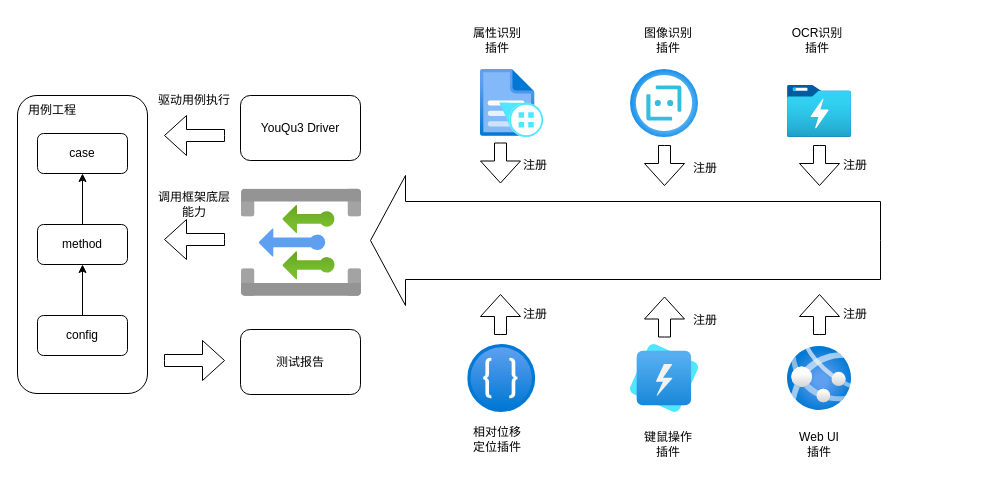
Earlier version of the draw.io diagram docs/assets/YouQu3架构图.drawio (deepin-autotest/youqu3). Source tidied: cells renumbered, new cells numbered last; positions are measured from the earlier drawing's top-left corner, leaving out a move shared by most shapes. Both pictures are drawn from the tidied source at 100%, with x=0, y=0 at pixel (17, 25).
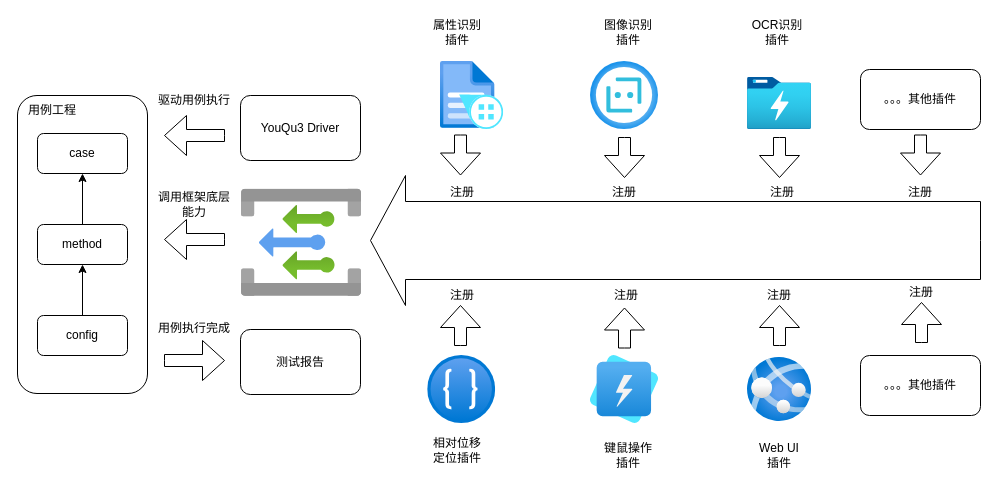
The same page after the edit.

Commit message (it also covers changes not shown here):
更新YouQu3架构图.drawio

What changed in the source:
```diff
@@
     <mxCell id="2" style="html=1;shadow=0;dashed=0;align=center;verticalAlign=middle;shape=mxgraph.arrows2.arrow;dy=0.4;dx=35;flipH=1;notch=0;" parent="1" vertex="1">
-      <mxGeometry x="353" y="150" width="510" height="130" as="geometry" />
+      <mxGeometry x="353" y="150" width="610" height="130" as="geometry" />
     </mxCell>
     <mxCell id="3" style="image;html=1;align=center;fontSize=12;image=img/lib/azure2/ai_machine_learning/Form_Recognizers.svg;" parent="1" vertex="1">
-      <mxGeometry x="463" y="44" width="63.2" height="68" as="geometry" />
+      <mxGeometry x="423" y="36" width="63.2" height="68" as="geometry" />
     </mxCell>
     <mxCell id="4" style="image;html=1;align=center;fontSize=12;image=img/lib/azure2/ai_machine_learning/Bot_Services.svg;" parent="1" vertex="1">
-      <mxGeometry x="613" y="44" width="68" height="68" as="geometry" />
+      <mxGeometry x="573" y="36" width="68" height="68" as="geometry" />
     </mxCell>
     <mxCell id="5" style="image;html=1;align=center;fontSize=12;image=img/lib/azure2/ai_machine_learning/Language_Understanding.svg;" parent="1" vertex="1">
-      <mxGeometry x="450.2" y="319" width="68" height="68" as="geometry" />
+      <mxGeometry x="410.2" y="330" width="68" height="68" as="geometry" />
     </mxCell>
     <mxCell id="6" style="image;html=1;align=center;fontSize=12;image=img/lib/azure2/analytics/Data_Lake_Analytics.svg;" parent="1" vertex="1">
-      <mxGeometry x="613" y="319" width="68" height="68" as="geometry" />
+      <mxGeometry x="573" y="330" width="68" height="68" as="geometry" />
     </mxCell>
     <mxCell id="7" style="image;html=1;align=center;fontSize=12;image=img/lib/azure2/app_services/App_Services.svg;" parent="1" vertex="1">
-      <mxGeometry x="770" y="321" width="64" height="64" as="geometry" />
+      <mxGeometry x="730" y="332" width="64" height="64" as="geometry" />
     </mxCell>
     <mxCell id="8" style="image;html=1;align=center;fontSize=12;image=img/lib/azure2/analytics/Data_Lake_Store_Gen1.svg;" parent="1" vertex="1">
-      <mxGeometry x="770" y="60" width="64" height="52" as="geometry" />
+      <mxGeometry x="730" y="52" width="64" height="52" as="geometry" />
     </mxCell>
     <mxCell id="9" style="html=1;shadow=0;dashed=0;align=center;verticalAlign=middle;shape=mxgraph.arrows2.arrow;dy=0.7;dx=22;direction=south;notch=0;" parent="1" vertex="1">
-      <mxGeometry x="463" y="117.5" width="40" height="40" as="geometry" />
+      <mxGeometry x="423" y="109.5" width="40" height="40" as="geometry" />
     </mxCell>
     <mxCell id="10" style="html=1;shadow=0;dashed=0;align=center;verticalAlign=middle;shape=mxgraph.arrows2.arrow;dy=0.7;dx=22;direction=south;notch=0;" parent="1" vertex="1">
-      <mxGeometry x="627" y="120" width="40" height="40" as="geometry" />
+      <mxGeometry x="587" y="112" width="40" height="40" as="geometry" />
     </mxCell>
     <mxCell id="11" style="html=1;shadow=0;dashed=0;align=center;verticalAlign=middle;shape=mxgraph.arrows2.arrow;dy=0.7;dx=22;direction=south;notch=0;" parent="1" vertex="1">
-      <mxGeometry x="782" y="120" width="40" height="40" as="geometry" />
+      <mxGeometry x="742" y="112" width="40" height="40" as="geometry" />
     </mxCell>
     <mxCell id="12" style="html=1;shadow=0;dashed=0;align=center;verticalAlign=middle;shape=mxgraph.arrows2.arrow;dy=0.7;dx=22;direction=north;notch=0;" parent="1" vertex="1">
-      <mxGeometry x="463" y="269" width="40" height="40" as="geometry" />
+      <mxGeometry x="423" y="280" width="40" height="40" as="geometry" />
     </mxCell>
     <mxCell id="13" style="html=1;shadow=0;dashed=0;align=center;verticalAlign=middle;shape=mxgraph.arrows2.arrow;dy=0.7;dx=22;direction=north;notch=0;" parent="1" vertex="1">
-      <mxGeometry x="782" y="269" width="40" height="40" as="geometry" />
+      <mxGeometry x="742" y="280" width="40" height="40" as="geometry" />
     </mxCell>
     <mxCell id="14" style="html=1;shadow=0;dashed=0;align=center;verticalAlign=middle;shape=mxgraph.arrows2.arrow;dy=0.7;dx=22;direction=north;notch=0;" parent="1" vertex="1">
-      <mxGeometry x="627" y="271.5" width="40" height="40" as="geometry" />
+      <mxGeometry x="587" y="282.5" width="40" height="40" as="geometry" />
     </mxCell>
@@
     <mxCell id="16" value="属性识别插件" style="text;html=1;align=center;verticalAlign=middle;whiteSpace=wrap;rounded=0;" parent="1" vertex="1">
-      <mxGeometry x="450.2" width="60" height="30" as="geometry" />
+      <mxGeometry x="410.2" y="-8" width="60" height="30" as="geometry" />
     </mxCell>
     <mxCell id="17" value="图像识别插件" style="text;html=1;align=center;verticalAlign=middle;whiteSpace=wrap;rounded=0;" parent="1" vertex="1">
-      <mxGeometry x="621" width="60" height="30" as="geometry" />
+      <mxGeometry x="581" y="-8" width="60" height="30" as="geometry" />
     </mxCell>
     <mxCell id="18" value="OCR识别插件" style="text;html=1;align=center;verticalAlign=middle;whiteSpace=wrap;rounded=0;" parent="1" vertex="1">
-      <mxGeometry x="770" width="60" height="30" as="geometry" />
+      <mxGeometry x="730" y="-8" width="60" height="30" as="geometry" />
     </mxCell>
     <mxCell id="19" value="相对位移定位插件" style="text;html=1;align=center;verticalAlign=middle;whiteSpace=wrap;rounded=0;" parent="1" vertex="1">
-      <mxGeometry x="450.2" y="399" width="60" height="30" as="geometry" />
+      <mxGeometry x="410.2" y="410" width="60" height="30" as="geometry" />
     </mxCell>
     <mxCell id="20" value="键鼠操作插件" style="text;html=1;align=center;verticalAlign=middle;whiteSpace=wrap;rounded=0;" parent="1" vertex="1">
-      <mxGeometry x="621" y="404" width="60" height="30" as="geometry" />
+      <mxGeometry x="581" y="415" width="60" height="30" as="geometry" />
     </mxCell>
     <mxCell id="21" value="Web UI&lt;div&gt;插件&lt;/div&gt;" style="text;html=1;align=center;verticalAlign=middle;whiteSpace=wrap;rounded=0;" parent="1" vertex="1">
-      <mxGeometry x="772" y="404" width="60" height="30" as="geometry" />
+      <mxGeometry x="732" y="415" width="60" height="30" as="geometry" />
     </mxCell>
@@
     <mxCell id="34" value="注册" style="text;html=1;align=center;verticalAlign=middle;whiteSpace=wrap;rounded=0;" parent="1" vertex="1">
-      <mxGeometry x="483" y="125" width="70" height="30" as="geometry" />
+      <mxGeometry x="410.2" y="152" width="70" height="30" as="geometry" />
     </mxCell>
     <mxCell id="35" value="注册" style="text;html=1;align=center;verticalAlign=middle;whiteSpace=wrap;rounded=0;" parent="1" vertex="1">
-      <mxGeometry x="803" y="125" width="70" height="30" as="geometry" />
+      <mxGeometry x="868" y="152" width="70" height="30" as="geometry" />
     </mxCell>
     <mxCell id="36" value="注册" style="text;html=1;align=center;verticalAlign=middle;whiteSpace=wrap;rounded=0;" parent="1" vertex="1">
-      <mxGeometry x="653" y="127.5" width="70" height="30" as="geometry" />
+      <mxGeometry x="572" y="152" width="70" height="30" as="geometry" />
     </mxCell>
     <mxCell id="37" value="注册" style="text;html=1;align=center;verticalAlign=middle;whiteSpace=wrap;rounded=0;" parent="1" vertex="1">
-      <mxGeometry x="483" y="274" width="70" height="30" as="geometry" />
+      <mxGeometry x="410.2" y="255" width="70" height="30" as="geometry" />
     </mxCell>
     <mxCell id="38" value="注册" style="text;html=1;align=center;verticalAlign=middle;whiteSpace=wrap;rounded=0;" parent="1" vertex="1">
-      <mxGeometry x="653" y="280" width="70" height="30" as="geometry" />
+      <mxGeometry x="574" y="255" width="70" height="30" as="geometry" />
     </mxCell>
     <mxCell id="39" value="注册" style="text;html=1;align=center;verticalAlign=middle;whiteSpace=wrap;rounded=0;" parent="1" vertex="1">
-      <mxGeometry x="803" y="274" width="70" height="30" as="geometry" />
+      <mxGeometry x="727" y="255" width="70" height="30" as="geometry" />
     </mxCell>
@@
+    <mxCell id="42" value="。。。其他插件" style="rounded=1;whiteSpace=wrap;html=1;" parent="1" vertex="1">
+      <mxGeometry x="843" y="44" width="120" height="60" as="geometry" />
+    </mxCell>
+    <mxCell id="43" value="。。。其他插件" style="rounded=1;whiteSpace=wrap;html=1;" parent="1" vertex="1">
+      <mxGeometry x="843" y="330" width="120" height="60" as="geometry" />
+    </mxCell>
+    <mxCell id="44" style="html=1;shadow=0;dashed=0;align=center;verticalAlign=middle;shape=mxgraph.arrows2.arrow;dy=0.7;dx=22;direction=south;notch=0;" parent="1" vertex="1">
+      <mxGeometry x="883" y="109.5" width="40" height="40" as="geometry" />
+    </mxCell>
+    <mxCell id="45" value="注册" style="text;html=1;align=center;verticalAlign=middle;whiteSpace=wrap;rounded=0;" parent="1" vertex="1">
+      <mxGeometry x="730" y="152" width="70" height="30" as="geometry" />
+    </mxCell>
+    <mxCell id="46" style="html=1;shadow=0;dashed=0;align=center;verticalAlign=middle;shape=mxgraph.arrows2.arrow;dy=0.7;dx=22;direction=north;notch=0;" parent="1" vertex="1">
+      <mxGeometry x="884" y="277" width="40" height="40" as="geometry" />
+    </mxCell>
+    <mxCell id="47" value="注册" style="text;html=1;align=center;verticalAlign=middle;whiteSpace=wrap;rounded=0;" parent="1" vertex="1">
+      <mxGeometry x="869" y="252" width="70" height="30" as="geometry" />
+    </mxCell>
+    <mxCell id="48" value="用例执行完成" style="text;html=1;align=center;verticalAlign=middle;whiteSpace=wrap;rounded=0;" parent="1" vertex="1">
+      <mxGeometry x="137" y="287.5" width="80" height="30" as="geometry" />
+    </mxCell>
```
